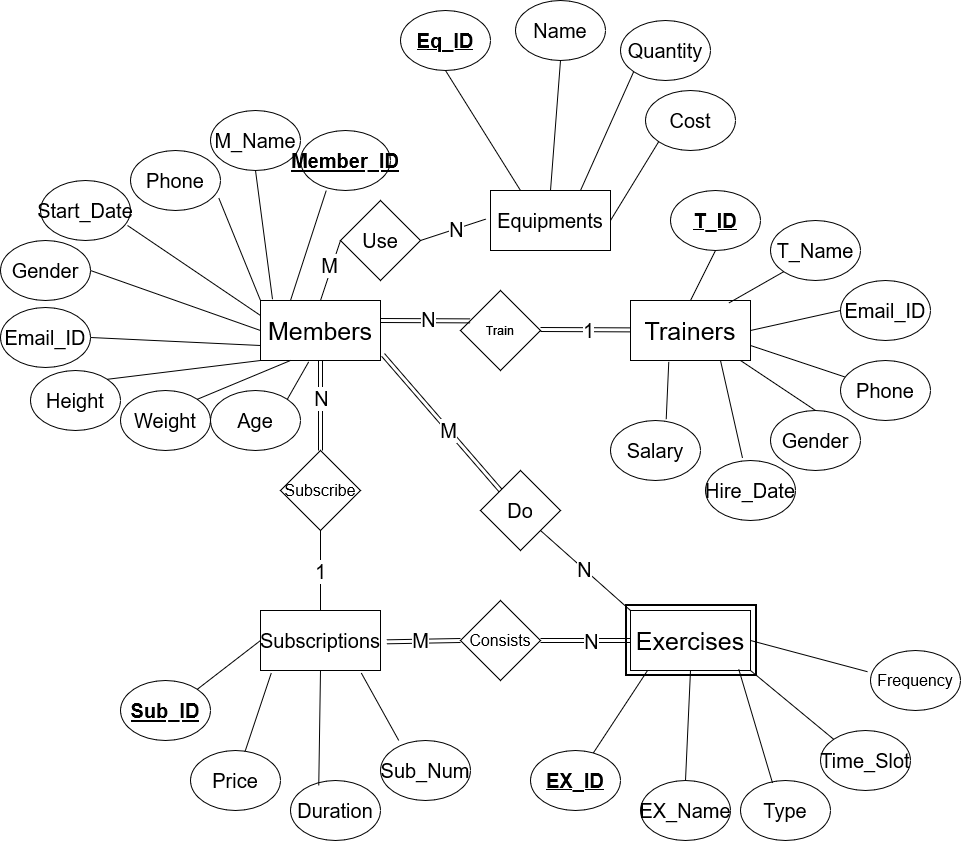
The draw.io diagram ER_Model.png in THChou1220/dbms_finalproject, before a commit. Source tidied: cells renumbered, new cells last; positions are measured from the earlier drawing's top-left corner, leaving out a move shared by most shapes.
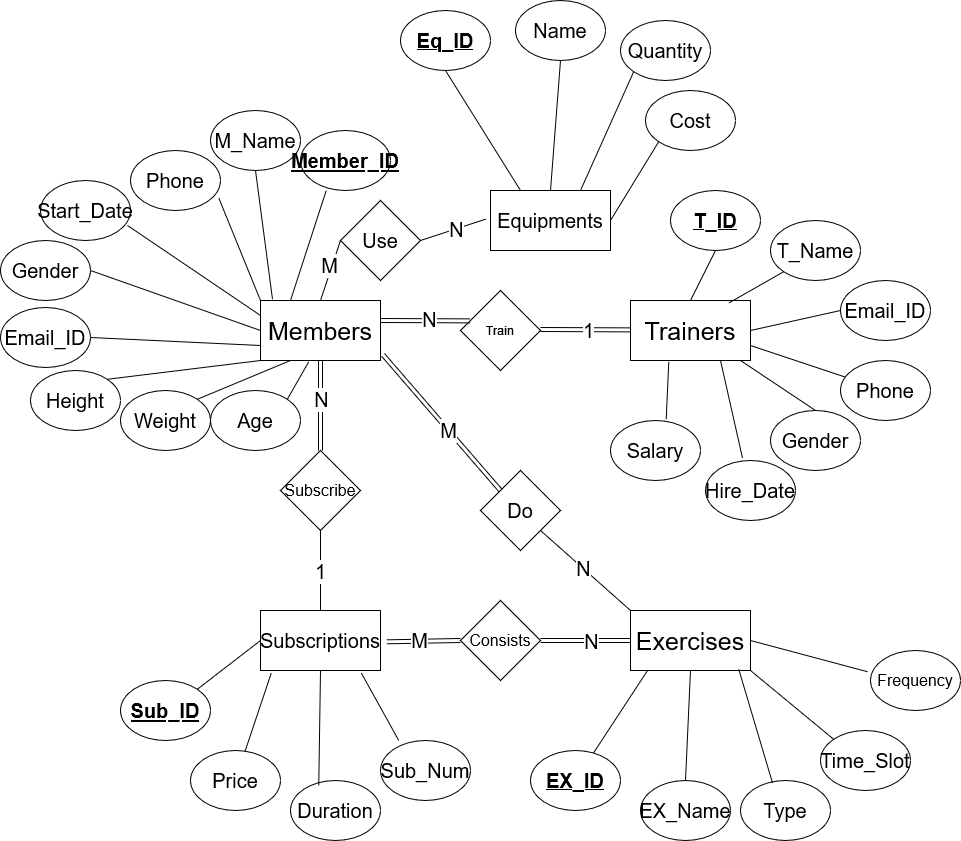
The same file after the commit.

Commit message:
Update Back-End, ER_Model, and Relational_Schema

Diff of the diagram source:
```diff
@@ -2,9 +2,6 @@
   <root>
     <mxCell id="0" />
     <mxCell id="1" parent="0" />
-    <mxCell id="2" style="rounded=0;whiteSpace=wrap;html=1;strokeWidth=2;" parent="1" vertex="1">
-      <mxGeometry x="625.5" y="604.5" width="130" height="70" as="geometry" />
-    </mxCell>
     <mxCell id="3" value="&lt;font style=&quot;font-size: 25px;&quot;&gt;Members&lt;/font&gt;" style="rounded=0;whiteSpace=wrap;html=1;" parent="1" vertex="1">
       <mxGeometry x="260" y="300" width="120" height="60" as="geometry" />
     </mxCell>
```
